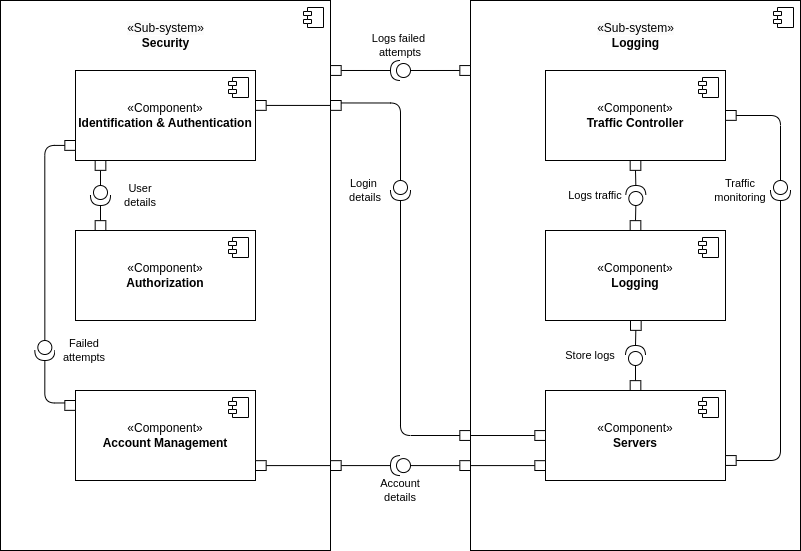
Before: y3/code/2dt902/labs/lab2/img/component2.drawio.png, a diagram exported from draw.io (TheFirstFen/lnu). Source tidied: cells renumbered, new cells last; positions are measured from the earlier drawing's top-left corner, leaving out a move shared by most shapes.
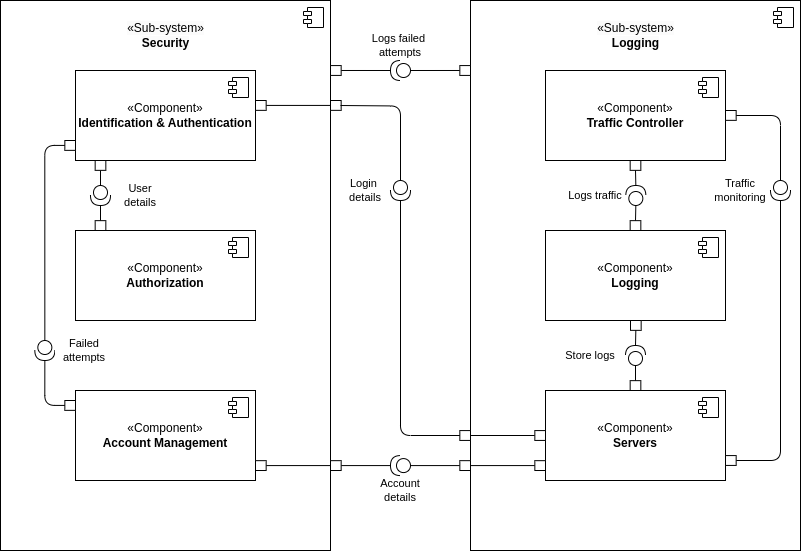
The same diagram one commit later.

What changed in the source:
```diff
@@ -165,8 +165,10 @@
     <mxCell id="50" style="shape=providedRequiredInterface;html=1;verticalLabelPosition=bottom;sketch=0;direction=south;" parent="1" vertex="1">
       <mxGeometry x="390" y="180" width="20" height="20" as="geometry" />
     </mxCell>
-    <mxCell id="51" style="edgeStyle=orthogonalEdgeStyle;shape=connector;curved=0;rounded=1;jettySize=auto;html=1;exitX=1;exitY=0.25;exitDx=0;exitDy=0;entryX=0;entryY=0.5;entryDx=0;entryDy=0;entryPerimeter=0;strokeColor=default;align=center;verticalAlign=middle;fontFamily=Helvetica;fontSize=11;fontColor=default;labelBackgroundColor=default;endArrow=none;endFill=0;" parent="1" edge="1" source="43" target="50">
-      <mxGeometry relative="1" as="geometry" />
+    <mxCell id="51" style="edgeStyle=orthogonalEdgeStyle;shape=connector;curved=0;rounded=1;jettySize=auto;html=1;entryX=0;entryY=0.5;entryDx=0;entryDy=0;entryPerimeter=0;strokeColor=default;align=center;verticalAlign=middle;fontFamily=Helvetica;fontSize=11;fontColor=default;labelBackgroundColor=default;endArrow=none;endFill=0;" parent="1" edge="1" target="50">
+      <mxGeometry relative="1" as="geometry">
+        <mxPoint x="340" y="105" as="sourcePoint" />
+      </mxGeometry>
     </mxCell>
     <mxCell id="52" value="Login&amp;nbsp;&lt;div&gt;details&lt;/div&gt;" style="text;html=1;align=center;verticalAlign=middle;whiteSpace=wrap;rounded=0;fontFamily=Helvetica;fontSize=11;fontColor=default;labelBackgroundColor=default;" parent="1" vertex="1">
       <mxGeometry x="330" y="175" width="70" height="30" as="geometry" />
@@ -195,7 +197,7 @@
     <mxCell id="60" style="html=1;whiteSpace=wrap;fontFamily=Helvetica;fontSize=11;fontColor=default;labelBackgroundColor=default;" parent="1" vertex="1">
       <mxGeometry x="64.3" y="400" width="10.7" height="9.8" as="geometry" />
     </mxCell>
-    <mxCell id="61" style="edgeStyle=orthogonalEdgeStyle;shape=connector;curved=0;rounded=1;jettySize=auto;html=1;exitX=1;exitY=0.5;exitDx=0;exitDy=0;exitPerimeter=0;entryX=0;entryY=0.25;entryDx=0;entryDy=0;strokeColor=default;align=center;verticalAlign=middle;fontFamily=Helvetica;fontSize=11;fontColor=default;labelBackgroundColor=default;endArrow=none;endFill=0;" parent="1" edge="1" source="63" target="60">
+    <mxCell id="61" style="edgeStyle=orthogonalEdgeStyle;shape=connector;curved=0;rounded=1;jettySize=auto;html=1;exitX=1;exitY=0.5;exitDx=0;exitDy=0;exitPerimeter=0;entryX=0;entryY=0.5;entryDx=0;entryDy=0;strokeColor=default;align=center;verticalAlign=middle;fontFamily=Helvetica;fontSize=11;fontColor=default;labelBackgroundColor=default;endArrow=none;endFill=0;" parent="1" edge="1" source="63" target="60">
       <mxGeometry relative="1" as="geometry" />
     </mxCell>
     <mxCell id="62" style="edgeStyle=orthogonalEdgeStyle;shape=connector;curved=0;rounded=1;jettySize=auto;html=1;exitX=0;exitY=0.5;exitDx=0;exitDy=0;exitPerimeter=0;entryX=0;entryY=0.5;entryDx=0;entryDy=0;strokeColor=default;align=center;verticalAlign=middle;fontFamily=Helvetica;fontSize=11;fontColor=default;labelBackgroundColor=default;endArrow=none;endFill=0;" parent="1" edge="1" source="63" target="59">
```
